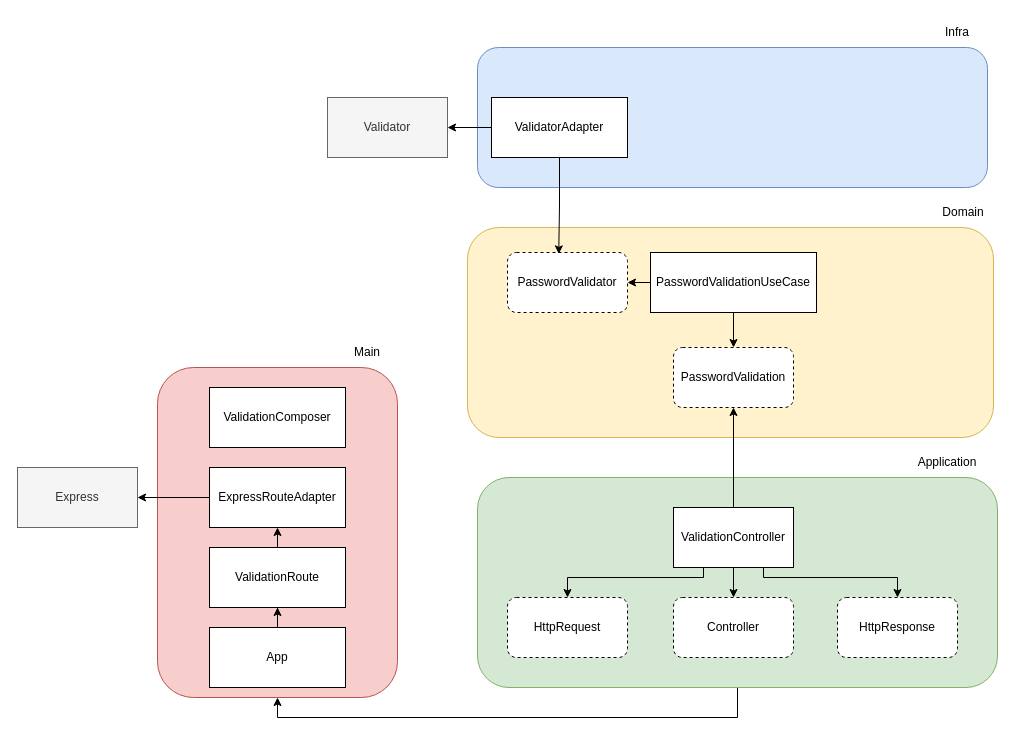
a-nunes/iti-backend-challenge keeps this draw.io diagram as docs/password-validation.drawio. Above is the earlier version. Source tidied: cells renumbered, new cells numbered last; positions are measured from the earlier drawing's top-left corner, leaving out a move shared by most shapes. Both pictures are drawn from the tidied source at 100%, with x=0, y=0 at pixel (17, 17).
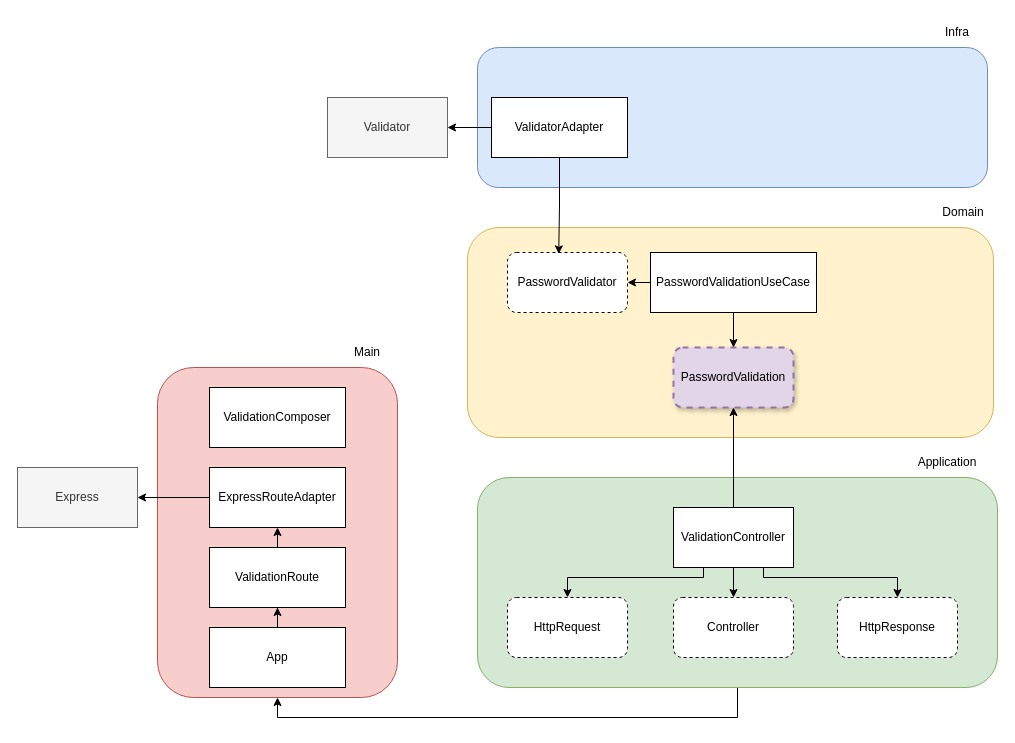
After the change.

Commit message (it also covers changes not shown here):
docs: update diagram and fix typo

Diff of the diagram source:
```diff
@@
-    <mxCell id="20" value="PasswordValidation" style="rounded=1;whiteSpace=wrap;html=1;dashed=1;" parent="1" vertex="1">
+    <mxCell id="20" value="PasswordValidation" style="rounded=1;whiteSpace=wrap;html=1;dashed=1;shadow=1;strokeWidth=2;perimeterSpacing=0;glass=0;fillColor=#e1d5e7;strokeColor=#9673a6;" parent="1" vertex="1">
       <mxGeometry x="656" y="330" width="120" height="60" as="geometry" />
     </mxCell>
```
